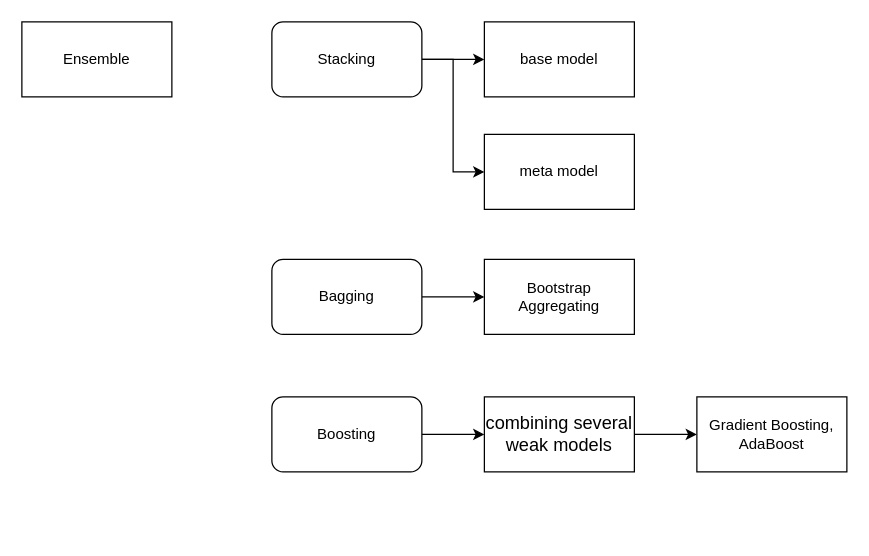
robinyang414/Book keeps this draw.io diagram as page "Page-12" (11 of 11) of Untitled Diagram.drawio. Above is the earlier version. Source tidied: cells renumbered, new cells numbered last; positions are measured from the earlier drawing's top-left corner, leaving out a move shared by most shapes. Both pictures are drawn from the tidied source at 125%, with x=0, y=0 at pixel (21, 21).
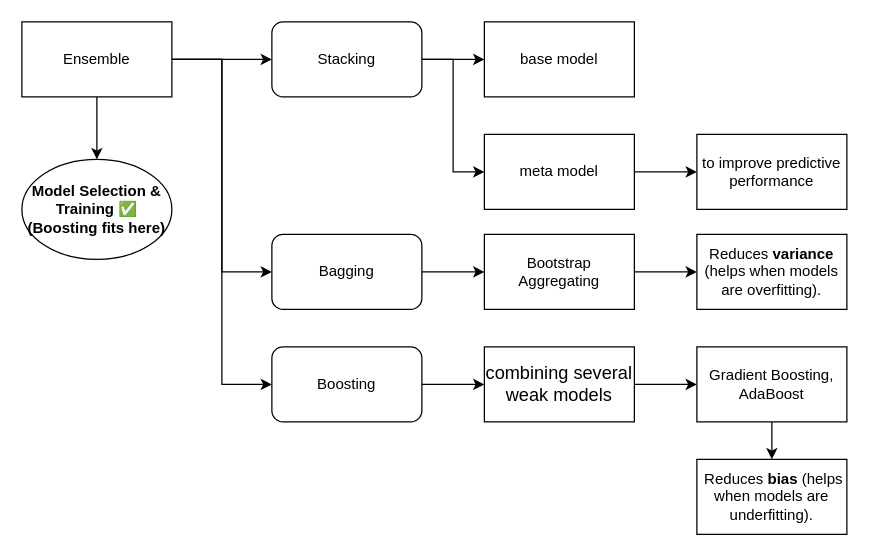
The same page after the edit.

The change refers to these unchanged cells:
```xml
<mxCell id="2" value="Ensemble" style="rounded=0;whiteSpace=wrap;html=1;" parent="1" vertex="1">
  <mxGeometry width="120" height="60" as="geometry" />
</mxCell>
<mxCell id="5" value="Stacking" style="rounded=1;whiteSpace=wrap;html=1;" parent="1" vertex="1">
  <mxGeometry x="200" width="120" height="60" as="geometry" />
</mxCell>
<mxCell id="7" value="meta model" style="rounded=0;whiteSpace=wrap;html=1;" parent="1" vertex="1">
  <mxGeometry x="370" y="90" width="120" height="60" as="geometry" />
</mxCell>
```

The edit, as a diff of the source:
```diff
@@
+    <mxCell id="16" style="edgeStyle=orthogonalEdgeStyle;rounded=0;jettySize=auto;html=1;entryX=0.5;entryY=0;entryDx=0;entryDy=0;" parent="1" edge="1" source="2" target="23">
+      <mxGeometry relative="1" as="geometry" />
+    </mxCell>
+    <mxCell id="17" style="edgeStyle=orthogonalEdgeStyle;rounded=0;jettySize=auto;html=1;exitX=1;exitY=0.5;exitDx=0;exitDy=0;" parent="1" edge="1" source="2" target="5">
+      <mxGeometry relative="1" as="geometry" />
+    </mxCell>
+    <mxCell id="18" style="edgeStyle=orthogonalEdgeStyle;rounded=0;jettySize=auto;html=1;exitX=1;exitY=0.5;exitDx=0;exitDy=0;entryX=0;entryY=0.5;entryDx=0;entryDy=0;" parent="1" edge="1" source="2" target="9">
+      <mxGeometry relative="1" as="geometry" />
+    </mxCell>
+    <mxCell id="19" style="edgeStyle=orthogonalEdgeStyle;rounded=0;jettySize=auto;html=1;exitX=1;exitY=0.5;exitDx=0;exitDy=0;entryX=0;entryY=0.5;entryDx=0;entryDy=0;" parent="1" edge="1" source="2" target="12">
+      <mxGeometry relative="1" as="geometry" />
+    </mxCell>
@@
+    <mxCell id="20" style="edgeStyle=orthogonalEdgeStyle;rounded=0;jettySize=auto;html=1;exitX=1;exitY=0.5;exitDx=0;exitDy=0;entryX=0;entryY=0.5;entryDx=0;entryDy=0;" parent="1" edge="1" source="7" target="26">
+      <mxGeometry relative="1" as="geometry" />
+    </mxCell>
@@
     <mxCell id="9" value="Bagging" style="rounded=1;whiteSpace=wrap;html=1;" parent="1" vertex="1">
-      <mxGeometry x="200" y="190" width="120" height="60" as="geometry" />
+      <mxGeometry x="200" y="170" width="120" height="60" as="geometry" />
     </mxCell>
+    <mxCell id="21" style="edgeStyle=orthogonalEdgeStyle;rounded=0;jettySize=auto;html=1;exitX=1;exitY=0.5;exitDx=0;exitDy=0;entryX=0;entryY=0.5;entryDx=0;entryDy=0;" parent="1" edge="1" source="10" target="25">
+      <mxGeometry relative="1" as="geometry" />
+    </mxCell>
     <mxCell id="10" value=" Bootstrap Aggregating" style="rounded=0;whiteSpace=wrap;html=1;" parent="1" vertex="1">
-      <mxGeometry x="370" y="190" width="120" height="60" as="geometry" />
+      <mxGeometry x="370" y="170" width="120" height="60" as="geometry" />
     </mxCell>
@@
     <mxCell id="12" value="Boosting" style="rounded=1;whiteSpace=wrap;html=1;" parent="1" vertex="1">
-      <mxGeometry x="200" y="300" width="120" height="60" as="geometry" />
+      <mxGeometry x="200" y="260" width="120" height="60" as="geometry" />
     </mxCell>
@@
     <mxCell id="14" value="&lt;div&gt;&lt;span style=&quot;font-size: 10.9091pt; font-family: CMSS10;&quot;&gt;combining several weak models&lt;/span&gt;&lt;/div&gt;" style="rounded=0;whiteSpace=wrap;html=1;" parent="1" vertex="1">
-      <mxGeometry x="370" y="300" width="120" height="60" as="geometry" />
+      <mxGeometry x="370" y="260" width="120" height="60" as="geometry" />
     </mxCell>
+    <mxCell id="22" style="edgeStyle=orthogonalEdgeStyle;rounded=0;jettySize=auto;html=1;exitX=0.5;exitY=1;exitDx=0;exitDy=0;entryX=0.5;entryY=0;entryDx=0;entryDy=0;" parent="1" edge="1" source="15" target="24">
+      <mxGeometry relative="1" as="geometry" />
+    </mxCell>
     <mxCell id="15" value="Gradient Boosting, AdaBoost" style="rounded=0;whiteSpace=wrap;html=1;" parent="1" vertex="1">
-      <mxGeometry x="540" y="300" width="120" height="60" as="geometry" />
+      <mxGeometry x="540" y="260" width="120" height="60" as="geometry" />
     </mxCell>
+    <mxCell id="23" value="&lt;strong&gt;Model Selection &amp;amp; Training&lt;/strong&gt; ✅ &lt;strong&gt;(Boosting fits here)&lt;/strong&gt;" style="ellipse;whiteSpace=wrap;html=1;" parent="1" vertex="1">
+      <mxGeometry y="110" width="120" height="80" as="geometry" />
+    </mxCell>
+    <mxCell id="24" value="&amp;nbsp;Reduces &lt;strong&gt;bias&lt;/strong&gt; (helps when models are underfitting)." style="rounded=0;whiteSpace=wrap;html=1;" parent="1" vertex="1">
+      <mxGeometry x="540" y="350" width="120" height="60" as="geometry" />
+    </mxCell>
+    <mxCell id="25" value="Reduces &lt;strong&gt;variance&lt;/strong&gt; (helps when models are overfitting)." style="rounded=0;whiteSpace=wrap;html=1;" parent="1" vertex="1">
+      <mxGeometry x="540" y="170" width="120" height="60" as="geometry" />
+    </mxCell>
+    <mxCell id="26" value="&lt;div&gt;&lt;span style=&quot;font-family: CMSS10;&quot;&gt;&lt;font&gt;to improve predictive&lt;br/&gt;&lt;/font&gt;&lt;/span&gt;&lt;/div&gt;&lt;div&gt;&lt;span style=&quot;font-family: CMSS10;&quot;&gt;&lt;font&gt;performance&lt;/font&gt;&lt;/span&gt;&lt;/div&gt;" style="rounded=0;whiteSpace=wrap;html=1;" parent="1" vertex="1">
+      <mxGeometry x="540" y="90" width="120" height="60" as="geometry" />
+    </mxCell>
```
